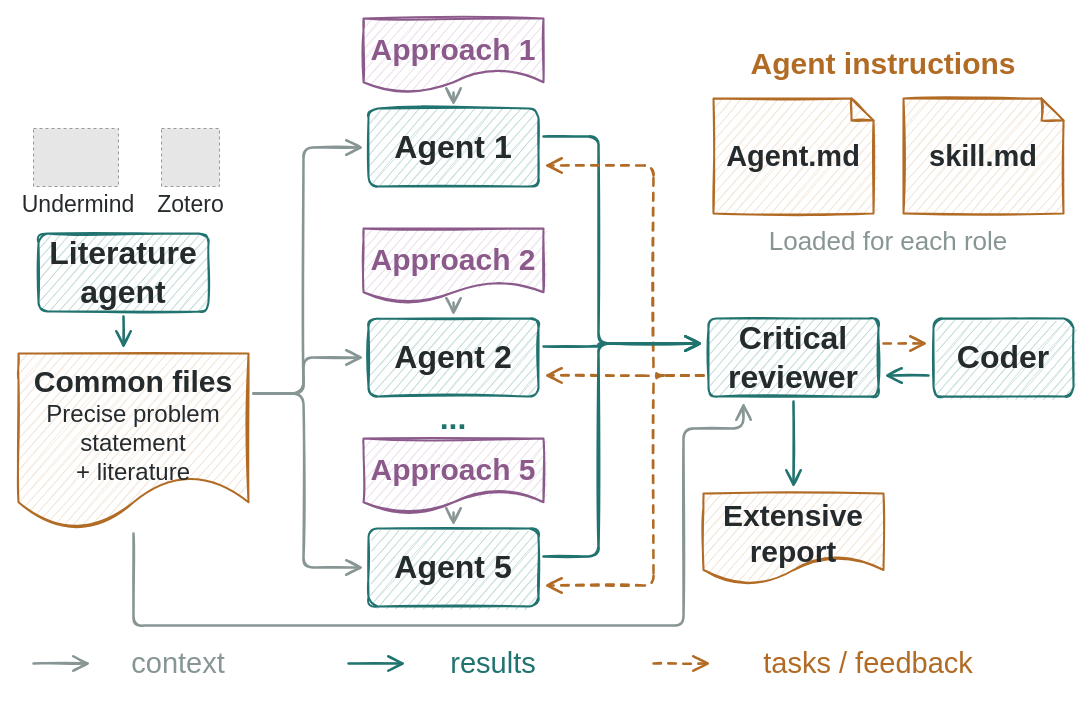
MathisRost/agentic-ai-math keeps this draw.io diagram as assets/research_agent_configuration.drawio. Above is the earlier version. Source tidied: cells renumbered, new cells numbered last; positions are measured from the earlier drawing's top-left corner, leaving out a move shared by most shapes. Both pictures are drawn from the tidied source at 100%, with x=0, y=0 at pixel (18, 18). Pictures stored in the file or linked from it are replaced by grey dashed boxes.
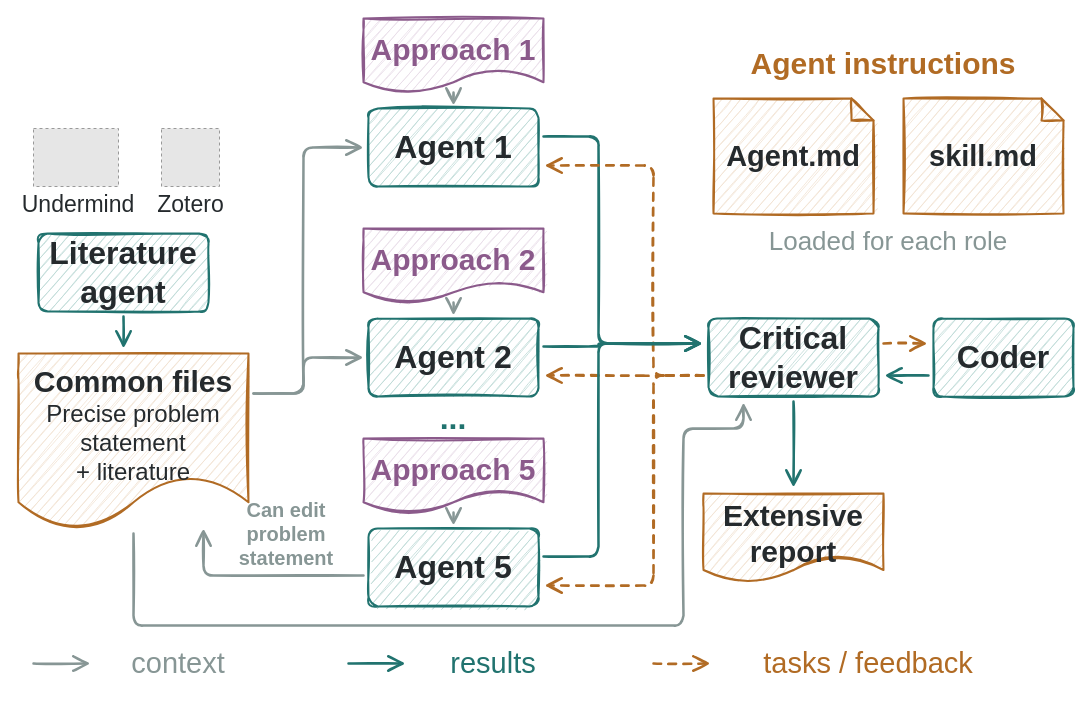
The same page after the edit.

The edit, as a diff of the source:
```diff
@@
-    <mxCell id="33" style="edgeStyle=none;rounded=1;curved=0;html=0;sketch=1;comic=0;jiggle=0.6;strokeColor=#879695;strokeWidth=2.5;endArrow=open;endSize=12;endFill=0;dashed=0;" parent="1" edge="1">
+    <mxCell id="33" style="edgeStyle=none;rounded=1;curved=0;html=0;sketch=1;comic=0;jiggle=0.6;strokeColor=#21736F;strokeWidth=2.5;endArrow=open;endSize=12;endFill=0;dashed=0;" parent="1" edge="1">
       <mxGeometry relative="1" as="geometry">
-        <mxPoint x="235" y="375" as="sourcePoint" />
-        <mxPoint x="345" y="549" as="targetPoint" />
+        <mxPoint x="525" y="538" as="sourcePoint" />
+        <mxPoint x="684" y="325" as="targetPoint" />
         <Array as="points">
-          <mxPoint x="285" y="375" />
-          <mxPoint x="285" y="549" />
+          <mxPoint x="580" y="538" />
+          <mxPoint x="580" y="325" />
         </Array>
       </mxGeometry>
     </mxCell>
-    <mxCell id="34" style="edgeStyle=none;rounded=1;curved=0;html=0;sketch=1;comic=0;jiggle=0.6;strokeColor=#21736F;strokeWidth=2.5;endArrow=open;endSize=12;endFill=0;dashed=0;" parent="1" edge="1">
+    <mxCell id="34" style="edgeStyle=none;rounded=1;curved=0;html=0;sketch=1;comic=0;jiggle=0.6;strokeColor=#B16B24;strokeWidth=2.5;endArrow=open;endSize=12;endFill=0;dashed=1;" parent="1" edge="1">
       <mxGeometry relative="1" as="geometry">
-        <mxPoint x="525" y="538" as="sourcePoint" />
-        <mxPoint x="684" y="325" as="targetPoint" />
+        <mxPoint x="685" y="357" as="sourcePoint" />
+        <mxPoint x="526" y="567" as="targetPoint" />
         <Array as="points">
-          <mxPoint x="580" y="538" />
-          <mxPoint x="580" y="325" />
+          <mxPoint x="635" y="357" />
+          <mxPoint x="635" y="567" />
         </Array>
       </mxGeometry>
     </mxCell>
-    <mxCell id="35" style="edgeStyle=none;rounded=1;curved=0;html=0;sketch=1;comic=0;jiggle=0.6;strokeColor=#B16B24;strokeWidth=2.5;endArrow=open;endSize=12;endFill=0;dashed=1;" parent="1" edge="1">
-      <mxGeometry relative="1" as="geometry">
-        <mxPoint x="685" y="357" as="sourcePoint" />
-        <mxPoint x="526" y="567" as="targetPoint" />
-        <Array as="points">
-          <mxPoint x="635" y="357" />
-          <mxPoint x="635" y="567" />
-        </Array>
-      </mxGeometry>
+    <mxCell id="35" value="..." style="text;html=0;whiteSpace=wrap;align=center;verticalAlign=middle;fontFamily=Kalam;fontSize=32;fontStyle=1;fontColor=#21736F;strokeColor=none;fillColor=none;" parent="1" vertex="1">
+      <mxGeometry x="405" y="386" width="60" height="28" as="geometry" />
     </mxCell>
-    <mxCell id="36" value="..." style="text;html=0;whiteSpace=wrap;align=center;verticalAlign=middle;fontFamily=Kalam;fontSize=32;fontStyle=1;fontColor=#21736F;strokeColor=none;fillColor=none;" parent="1" vertex="1">
-      <mxGeometry x="405" y="386" width="60" height="28" as="geometry" />
+    <mxCell id="36" style="edgeStyle=none;rounded=1;curved=0;html=0;sketch=1;comic=0;jiggle=0.6;strokeColor=#879695;strokeWidth=2.5;endArrow=open;endSize=12;endFill=0;dashed=0;" parent="1" edge="1">
+      <mxGeometry relative="1" as="geometry">
+        <mxPoint x="345" y="557" as="sourcePoint" />
+        <mxPoint x="185" y="510" as="targetPoint" />
+        <Array as="points">
+          <mxPoint x="185" y="557" />
+        </Array>
+      </mxGeometry>
     </mxCell>
-    <mxCell id="37" value="Critical&#10;reviewer" style="rounded=1;arcSize=12;whiteSpace=wrap;html=0;sketch=1;comic=0;jiggle=1.2;strokeWidth=2;fillStyle=hachure;hachureGap=7;fillWeight=0.8;fillColor=#BDDAD6;strokeColor=#21736F;fontColor=#252A2D;fontFamily=Kalam;fontSize=32;fontStyle=1;" parent="1" vertex="1">
-      <mxGeometry x="690" y="300" width="170" height="78" as="geometry" />
+    <mxCell id="37" value="Can edit&#10;problem&#10;statement" style="text;html=0;whiteSpace=wrap;align=center;verticalAlign=middle;fontFamily=Kalam;fontSize=20;fontStyle=1;fontColor=#879695;strokeColor=none;fillColor=none;" parent="1" vertex="1">
+      <mxGeometry x="193" y="482" width="150" height="66" as="geometry" />
     </mxCell>
-    <mxCell id="38" style="edgeStyle=none;rounded=1;curved=0;html=0;sketch=1;comic=0;jiggle=0.6;strokeColor=#879695;strokeWidth=2.5;endArrow=open;endSize=12;endFill=0;dashed=0;" parent="1" edge="1">
-      <mxGeometry relative="1" as="geometry">
-        <mxPoint x="115" y="515" as="sourcePoint" />
-        <mxPoint x="725" y="384" as="targetPoint" />
-        <Array as="points">
-          <mxPoint x="115" y="607" />
-          <mxPoint x="665" y="607" />
-          <mxPoint x="665" y="410" />
-          <mxPoint x="725" y="410" />
-        </Array>
-      </mxGeometry>
+    <mxCell id="38" value="Critical&#10;reviewer" style="rounded=1;arcSize=12;whiteSpace=wrap;html=0;sketch=1;comic=0;jiggle=1.2;strokeWidth=2;fillStyle=hachure;hachureGap=7;fillWeight=0.8;fillColor=#BDDAD6;strokeColor=#21736F;fontColor=#252A2D;fontFamily=Kalam;fontSize=32;fontStyle=1;" parent="1" vertex="1">
+      <mxGeometry x="690" y="300" width="170" height="78" as="geometry" />
     </mxCell>
-    <mxCell id="39" value="Extensive&#10;report" style="shape=document;whiteSpace=wrap;html=0;sketch=1;comic=0;jiggle=1.2;strokeWidth=2;fillStyle=hachure;hachureGap=7;fillWeight=0.8;fillColor=#F1E3D2;strokeColor=#B16B24;fontColor=#252A2D;fontFamily=Kalam;fontSize=30;fontStyle=1;spacingBottom=10;" parent="1" vertex="1">
-      <mxGeometry x="685" y="475" width="180" height="90" as="geometry" />
+    <mxCell id="39" style="edgeStyle=none;rounded=1;curved=0;html=0;sketch=1;comic=0;jiggle=0.6;strokeColor=#879695;strokeWidth=2.5;endArrow=open;endSize=12;endFill=0;dashed=0;" parent="1" edge="1">
+      <mxGeometry relative="1" as="geometry">
+        <mxPoint x="115" y="515" as="sourcePoint" />
+        <mxPoint x="725" y="384" as="targetPoint" />
+        <Array as="points">
+          <mxPoint x="115" y="607" />
+          <mxPoint x="665" y="607" />
+          <mxPoint x="665" y="410" />
+          <mxPoint x="725" y="410" />
+        </Array>
+      </mxGeometry>
     </mxCell>
-    <mxCell id="40" style="edgeStyle=none;rounded=1;curved=0;html=0;sketch=1;comic=0;jiggle=0.6;strokeColor=#21736F;strokeWidth=2.5;endArrow=open;endSize=12;endFill=0;dashed=0;" parent="1" edge="1">
-      <mxGeometry relative="1" as="geometry">
-        <mxPoint x="775" y="383" as="sourcePoint" />
-        <mxPoint x="775" y="469" as="targetPoint" />
-      </mxGeometry>
+    <mxCell id="40" value="Extensive&#10;report" style="shape=document;whiteSpace=wrap;html=0;sketch=1;comic=0;jiggle=1.2;strokeWidth=2;fillStyle=hachure;hachureGap=7;fillWeight=0.8;fillColor=#F1E3D2;strokeColor=#B16B24;fontColor=#252A2D;fontFamily=Kalam;fontSize=30;fontStyle=1;spacingBottom=10;" parent="1" vertex="1">
+      <mxGeometry x="685" y="475" width="180" height="90" as="geometry" />
     </mxCell>
-    <mxCell id="41" value="Coder" style="rounded=1;arcSize=12;whiteSpace=wrap;html=0;sketch=1;comic=0;jiggle=1.2;strokeWidth=2;fillStyle=hachure;hachureGap=7;fillWeight=0.8;fillColor=#BDDAD6;strokeColor=#21736F;fontColor=#252A2D;fontFamily=Kalam;fontSize=32;fontStyle=1;" parent="1" vertex="1">
-      <mxGeometry x="915" y="300" width="140" height="78" as="geometry" />
+    <mxCell id="41" style="edgeStyle=none;rounded=1;curved=0;html=0;sketch=1;comic=0;jiggle=0.6;strokeColor=#21736F;strokeWidth=2.5;endArrow=open;endSize=12;endFill=0;dashed=0;" parent="1" edge="1">
+      <mxGeometry relative="1" as="geometry">
+        <mxPoint x="775" y="383" as="sourcePoint" />
+        <mxPoint x="775" y="469" as="targetPoint" />
+      </mxGeometry>
     </mxCell>
-    <mxCell id="42" style="edgeStyle=none;rounded=1;curved=0;html=0;sketch=1;comic=0;jiggle=0.6;strokeColor=#B16B24;strokeWidth=2.5;endArrow=open;endSize=12;endFill=0;dashed=1;" parent="1" edge="1">
-      <mxGeometry relative="1" as="geometry">
-        <mxPoint x="865" y="325" as="sourcePoint" />
-        <mxPoint x="909" y="325" as="targetPoint" />
-      </mxGeometry>
+    <mxCell id="42" value="Coder" style="rounded=1;arcSize=12;whiteSpace=wrap;html=0;sketch=1;comic=0;jiggle=1.2;strokeWidth=2;fillStyle=hachure;hachureGap=7;fillWeight=0.8;fillColor=#BDDAD6;strokeColor=#21736F;fontColor=#252A2D;fontFamily=Kalam;fontSize=32;fontStyle=1;" parent="1" vertex="1">
+      <mxGeometry x="915" y="300" width="140" height="78" as="geometry" />
     </mxCell>
-    <mxCell id="43" style="edgeStyle=none;rounded=1;curved=0;html=0;sketch=1;comic=0;jiggle=0.6;strokeColor=#21736F;strokeWidth=2.5;endArrow=open;endSize=12;endFill=0;dashed=0;" parent="1" edge="1">
+    <mxCell id="43" style="edgeStyle=none;rounded=1;curved=0;html=0;sketch=1;comic=0;jiggle=0.6;strokeColor=#B16B24;strokeWidth=2.5;endArrow=open;endSize=12;endFill=0;dashed=1;" parent="1" edge="1">
       <mxGeometry relative="1" as="geometry">
-        <mxPoint x="910" y="357" as="sourcePoint" />
-        <mxPoint x="866" y="357" as="targetPoint" />
+        <mxPoint x="865" y="325" as="sourcePoint" />
+        <mxPoint x="909" y="325" as="targetPoint" />
       </mxGeometry>
     </mxCell>
-    <mxCell id="44" style="edgeStyle=none;rounded=1;curved=0;html=0;sketch=1;comic=0;jiggle=0.6;strokeColor=#879695;strokeWidth=2.5;endArrow=open;endSize=12;endFill=0;dashed=0;" parent="1" edge="1">
+    <mxCell id="44" style="edgeStyle=none;rounded=1;curved=0;html=0;sketch=1;comic=0;jiggle=0.6;strokeColor=#21736F;strokeWidth=2.5;endArrow=open;endSize=12;endFill=0;dashed=0;" parent="1" edge="1">
       <mxGeometry relative="1" as="geometry">
-        <mxPoint x="15" y="645" as="sourcePoint" />
-        <mxPoint x="72" y="645" as="targetPoint" />
+        <mxPoint x="910" y="357" as="sourcePoint" />
+        <mxPoint x="866" y="357" as="targetPoint" />
       </mxGeometry>
     </mxCell>
-    <mxCell id="45" value="context" style="text;html=0;whiteSpace=wrap;align=center;verticalAlign=middle;fontFamily=Kalam;fontSize=29;fontStyle=0;fontColor=#879695;strokeColor=none;fillColor=none;" parent="1" vertex="1">
-      <mxGeometry x="80" y="624" width="160" height="42" as="geometry" />
+    <mxCell id="45" style="edgeStyle=none;rounded=1;curved=0;html=0;sketch=1;comic=0;jiggle=0.6;strokeColor=#879695;strokeWidth=2.5;endArrow=open;endSize=12;endFill=0;dashed=0;" parent="1" edge="1">
+      <mxGeometry relative="1" as="geometry">
+        <mxPoint x="15" y="645" as="sourcePoint" />
+        <mxPoint x="72" y="645" as="targetPoint" />
+      </mxGeometry>
     </mxCell>
-    <mxCell id="46" style="edgeStyle=none;rounded=1;curved=0;html=0;sketch=1;comic=0;jiggle=0.6;strokeColor=#21736F;strokeWidth=2.5;endArrow=open;endSize=12;endFill=0;dashed=0;" parent="1" edge="1">
-      <mxGeometry relative="1" as="geometry">
-        <mxPoint x="330" y="645" as="sourcePoint" />
-        <mxPoint x="387" y="645" as="targetPoint" />
-      </mxGeometry>
+    <mxCell id="46" value="context" style="text;html=0;whiteSpace=wrap;align=center;verticalAlign=middle;fontFamily=Kalam;fontSize=29;fontStyle=0;fontColor=#879695;strokeColor=none;fillColor=none;" parent="1" vertex="1">
+      <mxGeometry x="80" y="624" width="160" height="42" as="geometry" />
     </mxCell>
-    <mxCell id="47" value="results" style="text;html=0;whiteSpace=wrap;align=center;verticalAlign=middle;fontFamily=Kalam;fontSize=29;fontStyle=0;fontColor=#21736F;strokeColor=none;fillColor=none;" parent="1" vertex="1">
-      <mxGeometry x="395" y="624" width="160" height="42" as="geometry" />
+    <mxCell id="47" style="edgeStyle=none;rounded=1;curved=0;html=0;sketch=1;comic=0;jiggle=0.6;strokeColor=#21736F;strokeWidth=2.5;endArrow=open;endSize=12;endFill=0;dashed=0;" parent="1" edge="1">
+      <mxGeometry relative="1" as="geometry">
+        <mxPoint x="330" y="645" as="sourcePoint" />
+        <mxPoint x="387" y="645" as="targetPoint" />
+      </mxGeometry>
     </mxCell>
-    <mxCell id="48" style="edgeStyle=none;rounded=1;curved=0;html=0;sketch=1;comic=0;jiggle=0.6;strokeColor=#B16B24;strokeWidth=2.5;endArrow=open;endSize=12;endFill=0;dashed=1;" parent="1" edge="1">
-      <mxGeometry relative="1" as="geometry">
-        <mxPoint x="635" y="645" as="sourcePoint" />
-        <mxPoint x="692" y="645" as="targetPoint" />
-      </mxGeometry>
+    <mxCell id="48" value="results" style="text;html=0;whiteSpace=wrap;align=center;verticalAlign=middle;fontFamily=Kalam;fontSize=29;fontStyle=0;fontColor=#21736F;strokeColor=none;fillColor=none;" parent="1" vertex="1">
+      <mxGeometry x="395" y="624" width="160" height="42" as="geometry" />
     </mxCell>
-    <mxCell id="49" value="tasks / feedback" style="text;html=0;whiteSpace=wrap;align=center;verticalAlign=middle;fontFamily=Kalam;fontSize=29;fontStyle=0;fontColor=#B16B24;strokeColor=none;fillColor=none;" parent="1" vertex="1">
-      <mxGeometry x="700" y="624" width="300" height="42" as="geometry" />
+    <mxCell id="49" style="edgeStyle=none;rounded=1;curved=0;html=0;sketch=1;comic=0;jiggle=0.6;strokeColor=#B16B24;strokeWidth=2.5;endArrow=open;endSize=12;endFill=0;dashed=1;" parent="1" edge="1">
+      <mxGeometry relative="1" as="geometry">
+        <mxPoint x="635" y="645" as="sourcePoint" />
+        <mxPoint x="692" y="645" as="targetPoint" />
+      </mxGeometry>
     </mxCell>
+    <mxCell id="50" value="tasks / feedback" style="text;html=0;whiteSpace=wrap;align=center;verticalAlign=middle;fontFamily=Kalam;fontSize=29;fontStyle=0;fontColor=#B16B24;strokeColor=none;fillColor=none;" parent="1" vertex="1">
+      <mxGeometry x="700" y="624" width="300" height="42" as="geometry" />
+    </mxCell>
```
